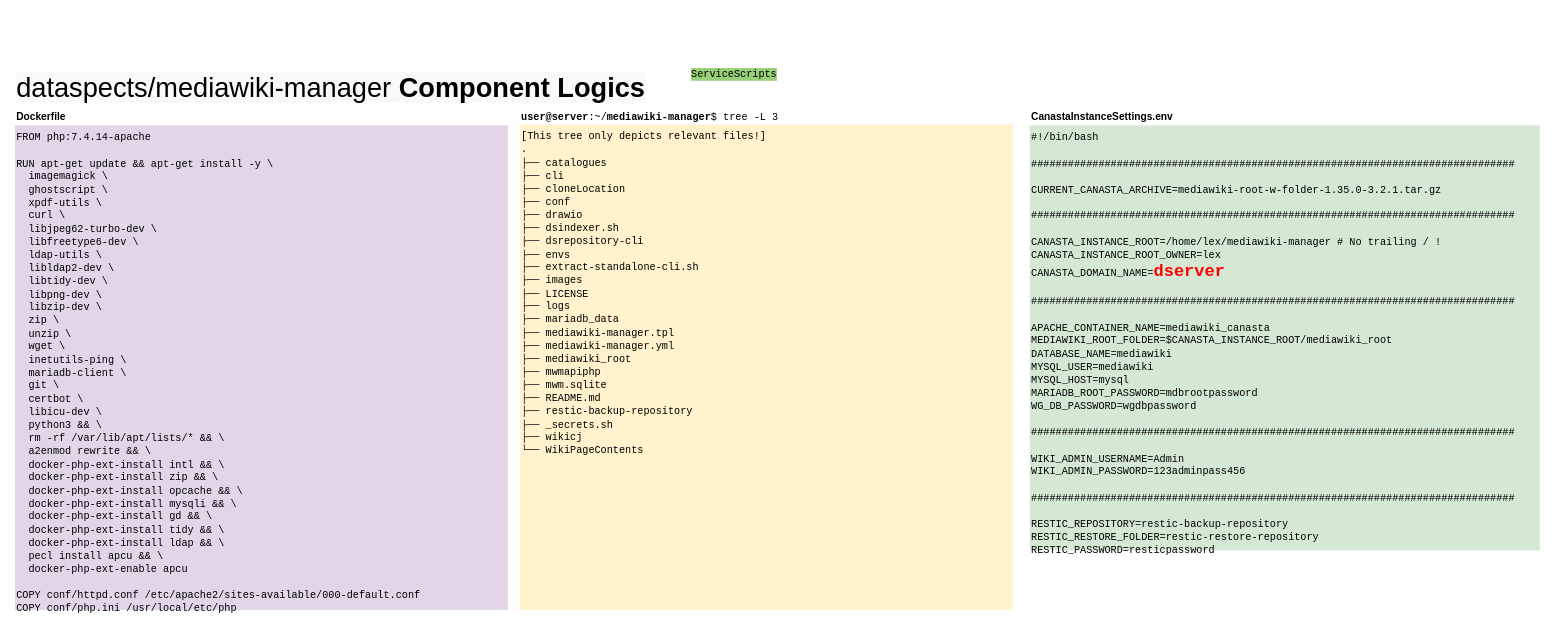
The draw.io diagram page "Component Logics" (1 of 3) of drawio/mediawiki-manager.drawio in dataspects/mediawiki-manager, before the edit. Source tidied: cells renumbered, new cells numbered last; positions are measured from the earlier drawing's top-left corner, leaving out a move shared by most shapes. Both pictures are drawn from the tidied source at 85%, with x=0, y=0 at pixel (14, 65).
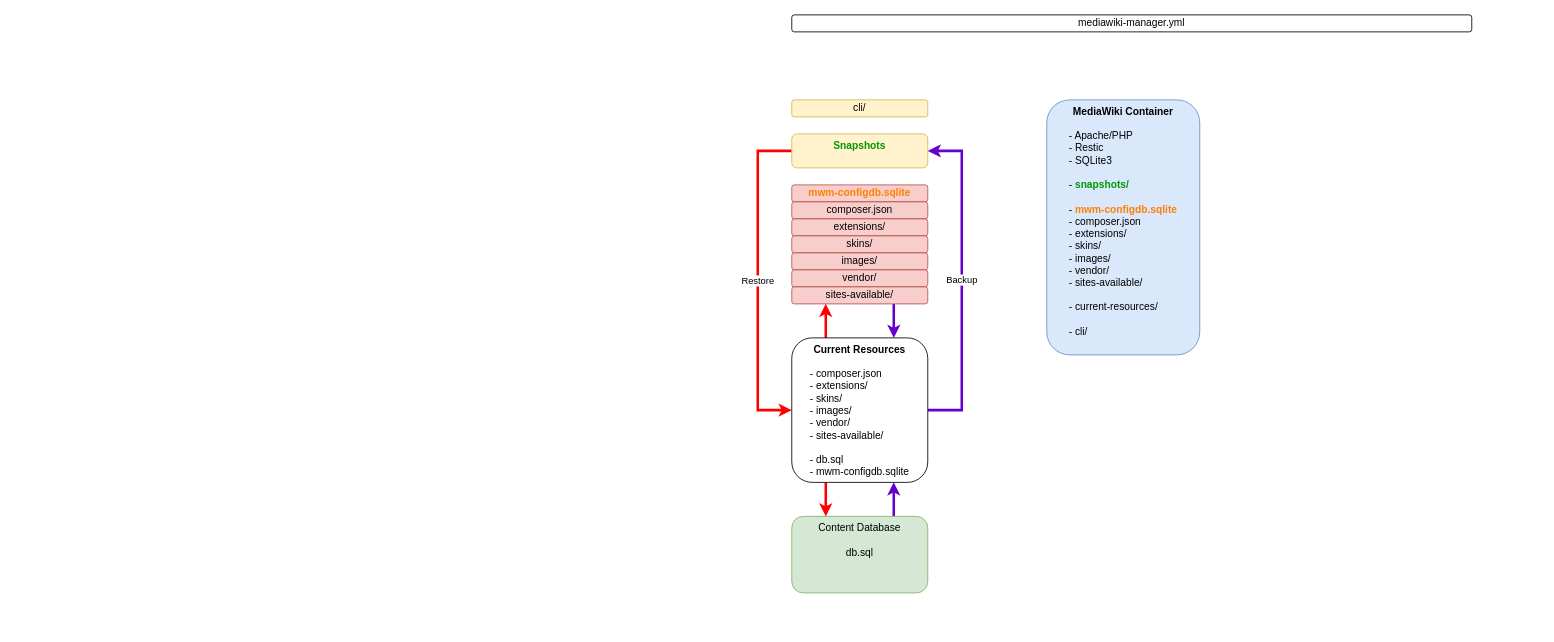
After the change.

What changed in the source:
```diff
@@
-    <mxCell id="2" value="&lt;div&gt;&lt;span style=&quot;font-family: &amp;#34;courier new&amp;#34;&quot;&gt;[This tree only depicts relevant files!]&lt;/span&gt;&lt;/div&gt;&lt;div&gt;&lt;div&gt;&lt;font face=&quot;courier new&quot;&gt;.&lt;/font&gt;&lt;/div&gt;&lt;div&gt;&lt;font face=&quot;courier new&quot;&gt;├── catalogues&lt;/font&gt;&lt;/div&gt;&lt;div&gt;&lt;font face=&quot;courier new&quot;&gt;├── cli&lt;/font&gt;&lt;/div&gt;&lt;div&gt;&lt;font face=&quot;courier new&quot;&gt;├── cloneLocation&lt;/font&gt;&lt;/div&gt;&lt;div&gt;&lt;font face=&quot;courier new&quot;&gt;├── conf&lt;/font&gt;&lt;/div&gt;&lt;div&gt;&lt;font face=&quot;courier new&quot;&gt;├── drawio&lt;/font&gt;&lt;/div&gt;&lt;div&gt;&lt;font face=&quot;courier new&quot;&gt;├── dsindexer.sh&lt;/font&gt;&lt;/div&gt;&lt;div&gt;&lt;font face=&quot;courier new&quot;&gt;├── dsrepository-cli&lt;/font&gt;&lt;/div&gt;&lt;div&gt;&lt;font face=&quot;courier new&quot;&gt;├── envs&lt;/font&gt;&lt;/div&gt;&lt;div&gt;&lt;font face=&quot;courier new&quot;&gt;├── extract-standalone-cli.sh&lt;/font&gt;&lt;/div&gt;&lt;div&gt;&lt;font face=&quot;courier new&quot;&gt;├── images&lt;/font&gt;&lt;/div&gt;&lt;div&gt;&lt;font face=&quot;courier new&quot;&gt;├── LICENSE&lt;/font&gt;&lt;/div&gt;&lt;div&gt;&lt;font face=&quot;courier new&quot;&gt;├── logs&lt;/font&gt;&lt;/div&gt;&lt;div&gt;&lt;font face=&quot;courier new&quot;&gt;├── mariadb_data&lt;/font&gt;&lt;/div&gt;&lt;div&gt;&lt;font face=&quot;courier new&quot;&gt;├── mediawiki-manager.tpl&lt;/font&gt;&lt;/div&gt;&lt;div&gt;&lt;font face=&quot;courier new&quot;&gt;├── mediawiki-manager.yml&lt;/font&gt;&lt;/div&gt;&lt;div&gt;&lt;font face=&quot;courier new&quot;&gt;├── mediawiki_root&lt;/font&gt;&lt;/div&gt;&lt;div&gt;&lt;font face=&quot;courier new&quot;&gt;├── mwmapiphp&lt;/font&gt;&lt;/div&gt;&lt;div&gt;&lt;font face=&quot;courier new&quot;&gt;├── mwm.sqlite&lt;/font&gt;&lt;/div&gt;&lt;div&gt;&lt;font face=&quot;courier new&quot;&gt;├── README.md&lt;/font&gt;&lt;/div&gt;&lt;div&gt;&lt;font face=&quot;courier new&quot;&gt;├── restic-backup-repository&lt;/font&gt;&lt;/div&gt;&lt;div&gt;&lt;font face=&quot;courier new&quot;&gt;├── _secrets.sh&lt;/font&gt;&lt;/div&gt;&lt;div&gt;&lt;font face=&quot;courier new&quot;&gt;├── wikicj&lt;/font&gt;&lt;/div&gt;&lt;div&gt;&lt;font face=&quot;courier new&quot;&gt;└── WikiPageContents&lt;/font&gt;&lt;/div&gt;&lt;/div&gt;" style="rounded=0;whiteSpace=wrap;html=1;fontFamily=Helvetica;fontSize=12;align=left;fillColor=#fff2cc;verticalAlign=top;strokeColor=none;" parent="1" vertex="1">
-      <mxGeometry x="594" y="69" width="580" height="571" as="geometry" />
-    </mxCell>
-    <mxCell id="3" value="&lt;div&gt;&lt;font face=&quot;Courier New&quot;&gt;#!/bin/bash&lt;/font&gt;&lt;/div&gt;&lt;div&gt;&lt;font face=&quot;Courier New&quot;&gt;&lt;br&gt;&lt;/font&gt;&lt;/div&gt;&lt;div&gt;&lt;font face=&quot;Courier New&quot;&gt;###############################################################################&lt;/font&gt;&lt;/div&gt;&lt;div&gt;&lt;font face=&quot;Courier New&quot;&gt;&lt;br&gt;&lt;/font&gt;&lt;/div&gt;&lt;div&gt;&lt;font face=&quot;Courier New&quot;&gt;CURRENT_CANASTA_ARCHIVE=mediawiki-root-w-folder-1.35.0-3.2.1.tar.gz&lt;/font&gt;&lt;/div&gt;&lt;div&gt;&lt;font face=&quot;Courier New&quot;&gt;&lt;br&gt;&lt;/font&gt;&lt;/div&gt;&lt;div&gt;&lt;font face=&quot;Courier New&quot;&gt;###############################################################################&lt;/font&gt;&lt;/div&gt;&lt;div&gt;&lt;font face=&quot;Courier New&quot;&gt;&lt;br&gt;&lt;/font&gt;&lt;/div&gt;&lt;div&gt;&lt;font face=&quot;Courier New&quot;&gt;CANASTA_INSTANCE_ROOT=/home/lex/mediawiki-manager # No trailing / !&lt;/font&gt;&lt;/div&gt;&lt;div&gt;&lt;font face=&quot;Courier New&quot;&gt;CANASTA_INSTANCE_ROOT_OWNER=lex&lt;/font&gt;&lt;/div&gt;&lt;div&gt;&lt;font face=&quot;Courier New&quot;&gt;CANASTA_DOMAIN_NAME=&lt;font style=&quot;font-size: 20px&quot; color=&quot;#ff0000&quot;&gt;&lt;b&gt;dserver&lt;/b&gt;&lt;/font&gt;&lt;/font&gt;&lt;/div&gt;&lt;div&gt;&lt;font face=&quot;Courier New&quot;&gt;&lt;br&gt;&lt;/font&gt;&lt;/div&gt;&lt;div&gt;&lt;font face=&quot;Courier New&quot;&gt;###############################################################################&lt;/font&gt;&lt;/div&gt;&lt;div&gt;&lt;font face=&quot;Courier New&quot;&gt;&lt;br&gt;&lt;/font&gt;&lt;/div&gt;&lt;div&gt;&lt;font face=&quot;Courier New&quot;&gt;APACHE_CONTAINER_NAME=mediawiki_canasta&lt;/font&gt;&lt;/div&gt;&lt;div&gt;&lt;font face=&quot;Courier New&quot;&gt;MEDIAWIKI_ROOT_FOLDER=$CANASTA_INSTANCE_ROOT/mediawiki_root&lt;/font&gt;&lt;/div&gt;&lt;div&gt;&lt;font face=&quot;Courier New&quot;&gt;DATABASE_NAME=mediawiki&lt;/font&gt;&lt;/div&gt;&lt;div&gt;&lt;font face=&quot;Courier New&quot;&gt;MYSQL_USER=mediawiki&lt;/font&gt;&lt;/div&gt;&lt;div&gt;&lt;font face=&quot;Courier New&quot;&gt;MYSQL_HOST=mysql&lt;/font&gt;&lt;/div&gt;&lt;div&gt;&lt;font face=&quot;Courier New&quot;&gt;MARIADB_ROOT_PASSWORD=mdbrootpassword&lt;/font&gt;&lt;/div&gt;&lt;div&gt;&lt;font face=&quot;Courier New&quot;&gt;WG_DB_PASSWORD=wgdbpassword&lt;/font&gt;&lt;/div&gt;&lt;div&gt;&lt;font face=&quot;Courier New&quot;&gt;&lt;br&gt;&lt;/font&gt;&lt;/div&gt;&lt;div&gt;&lt;font face=&quot;Courier New&quot;&gt;###############################################################################&lt;/font&gt;&lt;/div&gt;&lt;div&gt;&lt;font face=&quot;Courier New&quot;&gt;&lt;br&gt;&lt;/font&gt;&lt;/div&gt;&lt;div&gt;&lt;font face=&quot;Courier New&quot;&gt;WIKI_ADMIN_USERNAME=Admin&lt;/font&gt;&lt;/div&gt;&lt;div&gt;&lt;font face=&quot;Courier New&quot;&gt;WIKI_ADMIN_PASSWORD=123adminpass456&lt;/font&gt;&lt;/div&gt;&lt;div&gt;&lt;font face=&quot;Courier New&quot;&gt;&lt;br&gt;&lt;/font&gt;&lt;/div&gt;&lt;div&gt;&lt;font face=&quot;Courier New&quot;&gt;###############################################################################&lt;/font&gt;&lt;/div&gt;&lt;div&gt;&lt;font face=&quot;Courier New&quot;&gt;&lt;br&gt;&lt;/font&gt;&lt;/div&gt;&lt;div&gt;&lt;font face=&quot;Courier New&quot;&gt;RESTIC_REPOSITORY=restic-backup-repository&lt;/font&gt;&lt;/div&gt;&lt;div&gt;&lt;font face=&quot;Courier New&quot;&gt;RESTIC_RESTORE_FOLDER=restic-restore-repository&lt;/font&gt;&lt;/div&gt;&lt;div&gt;&lt;font face=&quot;Courier New&quot;&gt;RESTIC_PASSWORD=resticpassword&lt;/font&gt;&lt;/div&gt;" style="rounded=0;whiteSpace=wrap;html=1;fontFamily=Helvetica;fontSize=12;align=left;fillColor=#d5e8d4;verticalAlign=top;strokeColor=none;" parent="1" vertex="1">
-      <mxGeometry x="1194" y="70" width="600" height="500" as="geometry" />
-    </mxCell>
-    <mxCell id="4" value="CanastaInstanceSettings.env" style="text;html=1;strokeColor=none;fillColor=none;align=left;verticalAlign=middle;whiteSpace=wrap;rounded=0;fontStyle=1;" parent="1" vertex="1">
-      <mxGeometry x="1194" y="50" width="390" height="20" as="geometry" />
-    </mxCell>
-    <mxCell id="5" value="&lt;div&gt;&lt;font face=&quot;Courier New&quot;&gt;&lt;span&gt;FROM php:7.4.14-apache&lt;/span&gt;&lt;/font&gt;&lt;/div&gt;&lt;div&gt;&lt;font face=&quot;Courier New&quot;&gt;&lt;span&gt;&lt;br&gt;&lt;/span&gt;&lt;/font&gt;&lt;/div&gt;&lt;div&gt;&lt;font face=&quot;Courier New&quot;&gt;&lt;span&gt;RUN apt-get update &amp;amp;&amp;amp; apt-get install -y \&lt;/span&gt;&lt;/font&gt;&lt;/div&gt;&lt;div&gt;&lt;font face=&quot;Courier New&quot;&gt;&lt;span&gt;&amp;nbsp; imagemagick \&lt;/span&gt;&lt;/font&gt;&lt;/div&gt;&lt;div&gt;&lt;font face=&quot;Courier New&quot;&gt;&lt;span&gt;&amp;nbsp; ghostscript \&lt;/span&gt;&lt;/font&gt;&lt;/div&gt;&lt;div&gt;&lt;font face=&quot;Courier New&quot;&gt;&lt;span&gt;&amp;nbsp; xpdf-utils \&lt;/span&gt;&lt;/font&gt;&lt;/div&gt;&lt;div&gt;&lt;font face=&quot;Courier New&quot;&gt;&lt;span&gt;&amp;nbsp; curl \&lt;/span&gt;&lt;/font&gt;&lt;/div&gt;&lt;div&gt;&lt;font face=&quot;Courier New&quot;&gt;&lt;span&gt;&amp;nbsp; libjpeg62-turbo-dev \&lt;/span&gt;&lt;/font&gt;&lt;/div&gt;&lt;div&gt;&lt;font face=&quot;Courier New&quot;&gt;&lt;span&gt;&amp;nbsp; libfreetype6-dev \&lt;/span&gt;&lt;/font&gt;&lt;/div&gt;&lt;div&gt;&lt;font face=&quot;Courier New&quot;&gt;&lt;span&gt;&amp;nbsp; ldap-utils \&lt;/span&gt;&lt;/font&gt;&lt;/div&gt;&lt;div&gt;&lt;font face=&quot;Courier New&quot;&gt;&lt;span&gt;&amp;nbsp; libldap2-dev \&lt;/span&gt;&lt;/font&gt;&lt;/div&gt;&lt;div&gt;&lt;font face=&quot;Courier New&quot;&gt;&lt;span&gt;&amp;nbsp; libtidy-dev \&lt;/span&gt;&lt;/font&gt;&lt;/div&gt;&lt;div&gt;&lt;font face=&quot;Courier New&quot;&gt;&lt;span&gt;&amp;nbsp; libpng-dev \&lt;/span&gt;&lt;/font&gt;&lt;/div&gt;&lt;div&gt;&lt;font face=&quot;Courier New&quot;&gt;&lt;span&gt;&amp;nbsp; libzip-dev \&lt;/span&gt;&lt;/font&gt;&lt;/div&gt;&lt;div&gt;&lt;font face=&quot;Courier New&quot;&gt;&lt;span&gt;&amp;nbsp; zip \&lt;/span&gt;&lt;/font&gt;&lt;/div&gt;&lt;div&gt;&lt;font face=&quot;Courier New&quot;&gt;&lt;span&gt;&amp;nbsp; unzip \&lt;/span&gt;&lt;/font&gt;&lt;/div&gt;&lt;div&gt;&lt;font face=&quot;Courier New&quot;&gt;&lt;span&gt;&amp;nbsp; wget \&lt;/span&gt;&lt;/font&gt;&lt;/div&gt;&lt;div&gt;&lt;font face=&quot;Courier New&quot;&gt;&lt;span&gt;&amp;nbsp; inetutils-ping \&lt;/span&gt;&lt;/font&gt;&lt;/div&gt;&lt;div&gt;&lt;font face=&quot;Courier New&quot;&gt;&lt;span&gt;&amp;nbsp; mariadb-client \&lt;/span&gt;&lt;/font&gt;&lt;/div&gt;&lt;div&gt;&lt;font face=&quot;Courier New&quot;&gt;&lt;span&gt;&amp;nbsp; git \&lt;/span&gt;&lt;/font&gt;&lt;/div&gt;&lt;div&gt;&lt;font face=&quot;Courier New&quot;&gt;&lt;span&gt;&amp;nbsp; certbot \&lt;/span&gt;&lt;/font&gt;&lt;/div&gt;&lt;div&gt;&lt;font face=&quot;Courier New&quot;&gt;&lt;span&gt;&amp;nbsp; libicu-dev \&lt;/span&gt;&lt;/font&gt;&lt;/div&gt;&lt;div&gt;&lt;font face=&quot;Courier New&quot;&gt;&lt;span&gt;&amp;nbsp; python3 &amp;amp;&amp;amp; \&lt;/span&gt;&lt;/font&gt;&lt;/div&gt;&lt;div&gt;&lt;font face=&quot;Courier New&quot;&gt;&lt;span&gt;&amp;nbsp; rm -rf /var/lib/apt/lists/* &amp;amp;&amp;amp; \&lt;/span&gt;&lt;/font&gt;&lt;/div&gt;&lt;div&gt;&lt;font face=&quot;Courier New&quot;&gt;&lt;span&gt;&amp;nbsp; a2enmod rewrite &amp;amp;&amp;amp; \&lt;/span&gt;&lt;/font&gt;&lt;/div&gt;&lt;div&gt;&lt;font face=&quot;Courier New&quot;&gt;&lt;span&gt;&amp;nbsp; docker-php-ext-install intl &amp;amp;&amp;amp; \&lt;/span&gt;&lt;/font&gt;&lt;/div&gt;&lt;div&gt;&lt;font face=&quot;Courier New&quot;&gt;&lt;span&gt;&amp;nbsp; docker-php-ext-install zip &amp;amp;&amp;amp; \&lt;/span&gt;&lt;/font&gt;&lt;/div&gt;&lt;div&gt;&lt;font face=&quot;Courier New&quot;&gt;&lt;span&gt;&amp;nbsp; docker-php-ext-install opcache &amp;amp;&amp;amp; \&lt;/span&gt;&lt;/font&gt;&lt;/div&gt;&lt;div&gt;&lt;font face=&quot;Courier New&quot;&gt;&lt;span&gt;&amp;nbsp; docker-php-ext-install mysqli &amp;amp;&amp;amp; \&lt;/span&gt;&lt;/font&gt;&lt;/div&gt;&lt;div&gt;&lt;font face=&quot;Courier New&quot;&gt;&lt;span&gt;&amp;nbsp; docker-php-ext-install gd &amp;amp;&amp;amp; \&lt;/span&gt;&lt;/font&gt;&lt;/div&gt;&lt;div&gt;&lt;font face=&quot;Courier New&quot;&gt;&lt;span&gt;&amp;nbsp; docker-php-ext-install tidy &amp;amp;&amp;amp; \&lt;/span&gt;&lt;/font&gt;&lt;/div&gt;&lt;div&gt;&lt;font face=&quot;Courier New&quot;&gt;&lt;span&gt;&amp;nbsp; docker-php-ext-install ldap &amp;amp;&amp;amp; \&lt;/span&gt;&lt;/font&gt;&lt;/div&gt;&lt;div&gt;&lt;font face=&quot;Courier New&quot;&gt;&lt;span&gt;&amp;nbsp; pecl install apcu &amp;amp;&amp;amp; \&lt;/span&gt;&lt;/font&gt;&lt;/div&gt;&lt;div&gt;&lt;font face=&quot;Courier New&quot;&gt;&lt;span&gt;&amp;nbsp; docker-php-ext-enable apcu&lt;/span&gt;&lt;/font&gt;&lt;/div&gt;&lt;div&gt;&lt;font face=&quot;Courier New&quot;&gt;&lt;span&gt;&lt;br&gt;&lt;/span&gt;&lt;/font&gt;&lt;/div&gt;&lt;div&gt;&lt;font face=&quot;Courier New&quot;&gt;&lt;span&gt;COPY conf/httpd.conf /etc/apache2/sites-available/000-default.conf&lt;/span&gt;&lt;/font&gt;&lt;/div&gt;&lt;div&gt;&lt;font face=&quot;Courier New&quot;&gt;&lt;span&gt;COPY conf/php.ini /usr/local/etc/php&lt;/span&gt;&lt;/font&gt;&lt;/div&gt;&lt;div&gt;&lt;br&gt;&lt;/div&gt;" style="rounded=0;whiteSpace=wrap;html=1;fontFamily=Helvetica;fontSize=12;align=left;fillColor=#e1d5e7;verticalAlign=top;fontStyle=0;strokeColor=none;" parent="1" vertex="1">
-      <mxGeometry y="70" width="580" height="570" as="geometry" />
-    </mxCell>
-    <mxCell id="6" value="Dockerfile" style="text;html=1;strokeColor=none;fillColor=none;align=left;verticalAlign=middle;whiteSpace=wrap;rounded=0;fontStyle=1;" parent="1" vertex="1">
-      <mxGeometry y="50" width="390" height="20" as="geometry" />
-    </mxCell>
-    <mxCell id="7" value="&lt;b style=&quot;font-family: &amp;#34;courier new&amp;#34;&quot;&gt;user@server&lt;/b&gt;&lt;span style=&quot;font-family: &amp;#34;courier new&amp;#34; ; font-weight: 400&quot;&gt;:~/&lt;/span&gt;&lt;b style=&quot;font-family: &amp;#34;courier new&amp;#34;&quot;&gt;mediawiki-manager&lt;/b&gt;&lt;span style=&quot;font-family: &amp;#34;courier new&amp;#34; ; font-weight: 400&quot;&gt;$ tree -L 3&lt;/span&gt;" style="text;html=1;strokeColor=none;fillColor=none;align=left;verticalAlign=middle;whiteSpace=wrap;rounded=0;fontStyle=1;" parent="1" vertex="1">
-      <mxGeometry x="594" y="50" width="390" height="20" as="geometry" />
-    </mxCell>
-    <mxCell id="8" value="&lt;span style=&quot;color: rgb(0, 0, 0); font-family: helvetica; font-size: 32px; font-style: normal; letter-spacing: normal; text-align: left; text-indent: 0px; text-transform: none; word-spacing: 0px; background-color: rgb(248, 249, 250); font-weight: normal;&quot;&gt;dataspects/mediawiki-manager&lt;span&gt;&amp;nbsp;&lt;/span&gt;&lt;/span&gt;&lt;span style=&quot;color: rgb(0, 0, 0); font-family: helvetica; font-size: 32px; font-style: normal; font-weight: 700; letter-spacing: normal; text-align: left; text-indent: 0px; text-transform: none; word-spacing: 0px; background-color: rgb(248, 249, 250); display: inline; float: none;&quot;&gt;Component Logics&lt;/span&gt;" style="text;whiteSpace=wrap;html=1;fontSize=12;" parent="1" vertex="1">
-      <mxGeometry width="754" height="50" as="geometry" />
-    </mxCell>
-    <mxCell id="9" value="ServiceScripts" style="text;html=1;strokeColor=none;fillColor=none;align=left;verticalAlign=middle;whiteSpace=wrap;rounded=0;fontStyle=0;fontFamily=Courier New;labelBackgroundColor=#97D077;" parent="1" vertex="1">
-      <mxGeometry x="794" width="120" height="20" as="geometry" />
-    </mxCell>
+    <mxCell id="10" value="&lt;div&gt;&lt;span&gt;&lt;b&gt;MediaWiki Container&lt;/b&gt;&lt;/span&gt;&lt;/div&gt;&lt;br&gt;&lt;div&gt;&lt;div style=&quot;text-align: left&quot;&gt;&lt;span&gt;- Apache/PHP&lt;/span&gt;&lt;/div&gt;&lt;div style=&quot;text-align: left&quot;&gt;&lt;span&gt;- Restic&lt;/span&gt;&lt;/div&gt;&lt;div style=&quot;text-align: left&quot;&gt;&lt;span&gt;- SQLite3&lt;/span&gt;&lt;/div&gt;&lt;div style=&quot;text-align: left&quot;&gt;&lt;span&gt;&lt;br&gt;&lt;/span&gt;&lt;/div&gt;&lt;div style=&quot;text-align: left&quot;&gt;- &lt;font color=&quot;#009900&quot;&gt;&lt;b&gt;snapshots/&lt;/b&gt;&lt;/font&gt;&lt;/div&gt;&lt;div style=&quot;text-align: left&quot;&gt;&lt;span&gt;&lt;br&gt;&lt;/span&gt;&lt;/div&gt;&lt;div style=&quot;text-align: left&quot;&gt;&lt;span&gt;- &lt;/span&gt;&lt;font color=&quot;#ff8000&quot;&gt;&lt;b&gt;mwm-configdb.sqlite&lt;/b&gt;&lt;/font&gt;&lt;br&gt;&lt;/div&gt;&lt;div style=&quot;text-align: left&quot;&gt;&lt;span&gt;- composer.json&lt;/span&gt;&lt;br&gt;&lt;/div&gt;&lt;span&gt;&lt;div style=&quot;text-align: left&quot;&gt;- extensions/&lt;/div&gt;&lt;div style=&quot;text-align: left&quot;&gt;- skins/&lt;/div&gt;&lt;div style=&quot;text-align: left&quot;&gt;- images/&lt;/div&gt;&lt;div style=&quot;text-align: left&quot;&gt;- vendor/&lt;/div&gt;&lt;div style=&quot;text-align: left&quot;&gt;&lt;span&gt;- sites-available/&lt;/span&gt;&lt;/div&gt;&lt;div style=&quot;text-align: left&quot;&gt;&lt;br&gt;&lt;/div&gt;&lt;div style=&quot;text-align: left&quot;&gt;- current-resources/&lt;/div&gt;&lt;div style=&quot;text-align: left&quot;&gt;&lt;br&gt;&lt;/div&gt;&lt;div style=&quot;text-align: left&quot;&gt;- cli/&lt;br&gt;&lt;/div&gt;&lt;/span&gt;&lt;/div&gt;" style="rounded=1;whiteSpace=wrap;html=1;verticalAlign=top;fillColor=#dae8fc;strokeColor=#6c8ebf;align=center;" parent="1" vertex="1">
+      <mxGeometry x="1214" y="40" width="180" height="300" as="geometry" />
+    </mxCell>
+    <mxCell id="11" style="edgeStyle=orthogonalEdgeStyle;rounded=0;jettySize=auto;html=1;entryX=0.75;entryY=1;entryDx=0;entryDy=0;startArrow=none;startFill=0;endArrow=classic;endFill=1;strokeWidth=3;fontColor=#000000;exitX=0.75;exitY=0;exitDx=0;exitDy=0;strokeColor=#6600CC;" parent="1" edge="1" source="12" target="28">
+      <mxGeometry relative="1" as="geometry" />
+    </mxCell>
+    <mxCell id="12" value="Content Database&lt;br&gt;&lt;br&gt;db.sql" style="rounded=1;whiteSpace=wrap;html=1;verticalAlign=top;fillColor=#d5e8d4;strokeColor=#82b366;" parent="1" vertex="1">
+      <mxGeometry x="914" y="530" width="160" height="90" as="geometry" />
+    </mxCell>
+    <mxCell id="13" value="&lt;font color=&quot;#ff8000&quot;&gt;&lt;b&gt;mwm-configdb.sqlite&lt;/b&gt;&lt;/font&gt;" style="rounded=1;whiteSpace=wrap;html=1;verticalAlign=middle;fillColor=#f8cecc;strokeColor=#b85450;" parent="1" vertex="1">
+      <mxGeometry x="914" y="140" width="160" height="20" as="geometry" />
+    </mxCell>
+    <mxCell id="14" value="Restore" style="edgeStyle=orthogonalEdgeStyle;rounded=0;jettySize=auto;html=1;entryX=0;entryY=0.5;entryDx=0;entryDy=0;startArrow=none;startFill=0;endArrow=classic;endFill=1;fontColor=#000000;exitX=0;exitY=0.5;exitDx=0;exitDy=0;strokeWidth=3;strokeColor=#FF0000;" parent="1" edge="1" source="15" target="28">
+      <mxGeometry relative="1" as="geometry">
+        <Array as="points">
+          <mxPoint x="874" y="100" />
+          <mxPoint x="874" y="405" />
+        </Array>
+      </mxGeometry>
+    </mxCell>
+    <mxCell id="15" value="Snapshots" style="rounded=1;whiteSpace=wrap;html=1;verticalAlign=top;fillColor=#fff2cc;strokeColor=#d6b656;fontColor=#009900;fontStyle=1;" parent="1" vertex="1">
+      <mxGeometry x="914" y="80" width="160" height="40" as="geometry" />
+    </mxCell>
+    <mxCell id="16" value="composer.json" style="rounded=1;whiteSpace=wrap;html=1;verticalAlign=middle;fillColor=#f8cecc;strokeColor=#b85450;" parent="1" vertex="1">
+      <mxGeometry x="914" y="160" width="160" height="20" as="geometry" />
+    </mxCell>
+    <mxCell id="17" value="extensions/" style="rounded=1;whiteSpace=wrap;html=1;verticalAlign=middle;fillColor=#f8cecc;strokeColor=#b85450;" parent="1" vertex="1">
+      <mxGeometry x="914" y="180" width="160" height="20" as="geometry" />
+    </mxCell>
+    <mxCell id="18" value="skins/" style="rounded=1;whiteSpace=wrap;html=1;verticalAlign=middle;fillColor=#f8cecc;strokeColor=#b85450;" parent="1" vertex="1">
+      <mxGeometry x="914" y="200" width="160" height="20" as="geometry" />
+    </mxCell>
+    <mxCell id="19" value="images/" style="rounded=1;whiteSpace=wrap;html=1;verticalAlign=middle;fillColor=#f8cecc;strokeColor=#b85450;" parent="1" vertex="1">
+      <mxGeometry x="914" y="220" width="160" height="20" as="geometry" />
+    </mxCell>
+    <mxCell id="20" value="vendor/" style="rounded=1;whiteSpace=wrap;html=1;verticalAlign=middle;fillColor=#f8cecc;strokeColor=#b85450;" parent="1" vertex="1">
+      <mxGeometry x="914" y="240" width="160" height="20" as="geometry" />
+    </mxCell>
+    <mxCell id="21" style="edgeStyle=orthogonalEdgeStyle;rounded=0;jettySize=auto;html=1;entryX=0.75;entryY=0;entryDx=0;entryDy=0;startArrow=none;startFill=0;endArrow=classic;endFill=1;fontColor=#000000;exitX=0.75;exitY=1;exitDx=0;exitDy=0;strokeColor=#6600CC;strokeWidth=3;" parent="1" edge="1" source="22" target="28">
+      <mxGeometry relative="1" as="geometry" />
+    </mxCell>
+    <mxCell id="22" value="sites-available/" style="rounded=1;whiteSpace=wrap;html=1;verticalAlign=middle;fillColor=#f8cecc;strokeColor=#b85450;" parent="1" vertex="1">
+      <mxGeometry x="914" y="260" width="160" height="20" as="geometry" />
+    </mxCell>
+    <mxCell id="23" value="cli/" style="rounded=1;whiteSpace=wrap;html=1;verticalAlign=middle;fillColor=#fff2cc;strokeColor=#d6b656;" parent="1" vertex="1">
+      <mxGeometry x="914" y="40" width="160" height="20" as="geometry" />
+    </mxCell>
+    <mxCell id="24" value="mediawiki-manager.yml" style="rounded=1;whiteSpace=wrap;html=1;align=center;" parent="1" vertex="1">
+      <mxGeometry x="914" y="-60" width="800" height="20" as="geometry" />
+    </mxCell>
+    <mxCell id="25" value="Backup" style="edgeStyle=orthogonalEdgeStyle;rounded=0;jettySize=auto;html=1;entryX=1;entryY=0.5;entryDx=0;entryDy=0;endArrow=classic;endFill=1;fontColor=#000000;startArrow=none;startFill=0;exitX=1;exitY=0.5;exitDx=0;exitDy=0;strokeColor=#6600CC;strokeWidth=3;" parent="1" edge="1" source="28" target="15">
+      <mxGeometry relative="1" as="geometry">
+        <Array as="points">
+          <mxPoint x="1114" y="405" />
+          <mxPoint x="1114" y="100" />
+        </Array>
+      </mxGeometry>
+    </mxCell>
+    <mxCell id="26" style="edgeStyle=orthogonalEdgeStyle;rounded=0;jettySize=auto;html=1;entryX=0.25;entryY=1;entryDx=0;entryDy=0;startArrow=none;startFill=0;endArrow=classic;endFill=1;fontColor=#000000;exitX=0.25;exitY=0;exitDx=0;exitDy=0;strokeWidth=3;strokeColor=#FF0000;" parent="1" edge="1" source="28" target="22">
+      <mxGeometry relative="1" as="geometry" />
+    </mxCell>
+    <mxCell id="27" style="edgeStyle=orthogonalEdgeStyle;rounded=0;jettySize=auto;html=1;entryX=0.25;entryY=0;entryDx=0;entryDy=0;startArrow=none;startFill=0;endArrow=classic;endFill=1;strokeWidth=3;fontColor=#000000;exitX=0.25;exitY=1;exitDx=0;exitDy=0;strokeColor=#FF0000;" parent="1" edge="1" source="28" target="12">
+      <mxGeometry relative="1" as="geometry" />
+    </mxCell>
+    <mxCell id="28" value="Current Resources&lt;br&gt;&lt;div style=&quot;text-align: left&quot;&gt;&lt;span style=&quot;font-weight: normal&quot;&gt;&lt;br&gt;&lt;/span&gt;&lt;/div&gt;&lt;div style=&quot;text-align: left&quot;&gt;&lt;span style=&quot;font-weight: normal&quot;&gt;- composer.json&lt;/span&gt;&lt;/div&gt;&lt;div style=&quot;text-align: left&quot;&gt;&lt;span style=&quot;font-weight: normal&quot;&gt;- extensions/&lt;/span&gt;&lt;/div&gt;&lt;div style=&quot;text-align: left&quot;&gt;&lt;span style=&quot;font-weight: normal&quot;&gt;- skins/&lt;/span&gt;&lt;/div&gt;&lt;div style=&quot;text-align: left&quot;&gt;&lt;span style=&quot;font-weight: normal&quot;&gt;- images/&lt;/span&gt;&lt;/div&gt;&lt;div style=&quot;text-align: left&quot;&gt;&lt;span style=&quot;font-weight: normal&quot;&gt;- vendor/&lt;/span&gt;&lt;/div&gt;&lt;div style=&quot;text-align: left&quot;&gt;&lt;span style=&quot;font-weight: normal&quot;&gt;- sites-available/&lt;/span&gt;&lt;/div&gt;&lt;div style=&quot;text-align: left&quot;&gt;&lt;span style=&quot;font-weight: normal&quot;&gt;&lt;br&gt;&lt;/span&gt;&lt;/div&gt;&lt;div style=&quot;text-align: left&quot;&gt;&lt;span style=&quot;font-weight: normal&quot;&gt;- db.sql&lt;/span&gt;&lt;/div&gt;&lt;div style=&quot;text-align: left&quot;&gt;&lt;span style=&quot;font-weight: normal&quot;&gt;- mwm-configdb.sqlite&lt;/span&gt;&lt;/div&gt;" style="rounded=1;whiteSpace=wrap;html=1;verticalAlign=top;fontStyle=1;" parent="1" vertex="1">
+      <mxGeometry x="914" y="320" width="160" height="170" as="geometry" />
+    </mxCell>
```
